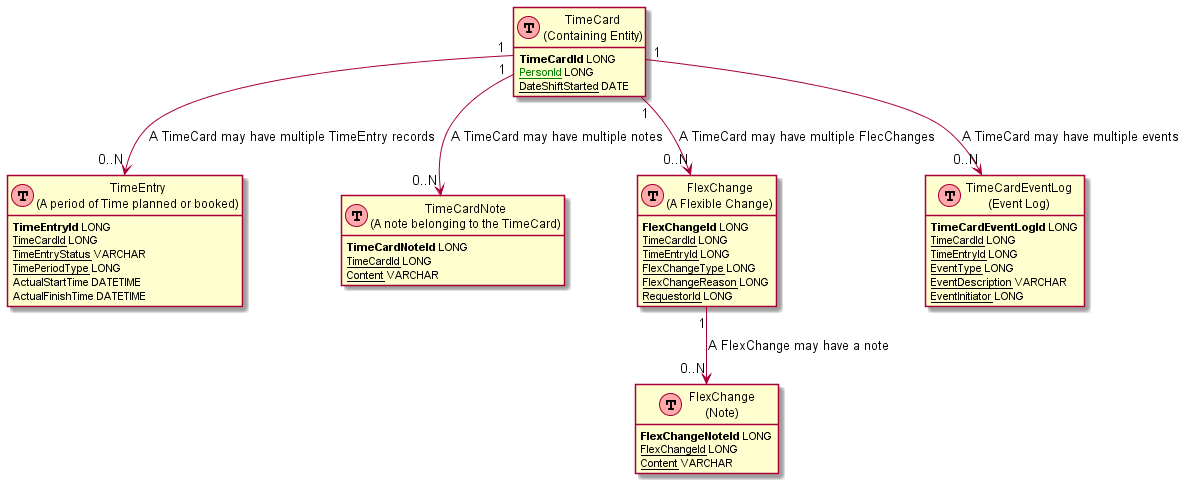
Above: docs/images/timecard-container-data-model.png in UKHomeOffice/callisto-timecard-restapi (PlantUML), before the change. Its diagram source:
```plantuml
@startuml
!define Table(name,desc) class name as "desc" << (T,#FFAAAA) >>
!define primary_key(x) <b>x</b>
!define unique(x) <color:green>x</color>
!define not_null(x) <u>x</u>
hide methods
hide stereotypes


Table(TimeCard, "TimeCard\n(Containing Entity)") {
primary_key(TimeCardId) LONG
not_null(unique(PersonId)) LONG
not_null(DateShiftStarted) DATE
not null(TimeCardStatus) VARCHAR
}

Table(TimeEntry, "TimeEntry\n(A period of Time planned or booked)") {
primary_key(TimeEntryId) LONG
not_null(TimeCardId) LONG
not_null(TimeEntryStatus) VARCHAR
not_null(TimePeriodType) LONG
ActualStartTime DATETIME
ActualFinishTime DATETIME
}

Table(TimeCardNote, "TimeCardNote\n(A note belonging to the TimeCard)") {
primary_key(TimeCardNoteId) LONG
not_null(TimeCardId) LONG
not_null(Content) VARCHAR
}

Table(FlexChange, "FlexChange\n(A Flexible Change)") {
primary_key(FlexChangeId) LONG
not_null(TimeCardId) LONG
not_null(TimeEntryId) LONG
not_null(FlexChangeType) LONG
not_null(FlexChangeReason) LONG
not_null(RequestorId) LONG
}

Table(FlexChangeNote, "FlexChange\n(Note)") {
primary_key(FlexChangeNoteId) LONG
not_null(FlexChangeId) LONG
not_null(Content) VARCHAR
}

Table(TimeCardEventLog, "TimeCardEventLog\n(Event Log)") {
primary_key(TimeCardEventLogId) LONG
not_null(TimeCardId) LONG
not_null(TimeEntryId) LONG
not_null(EventType) LONG
not_null(EventDescription) VARCHAR
not_null(EventInitiator) LONG
}

TimeCard   "1" --> "0..N" TimeEntry : A TimeCard may have multiple TimeEntry records
TimeCard   "1" --> "0..N" TimeCardNote : A TimeCard may have multiple notes
TimeCard   "1" --> "0..N" FlexChange   : A TimeCard may have multiple FlecChanges
TimeCard   "1" --> "0..N" TimeCardEventLog : A TimeCard may have multiple events
FlexChange "1" --> "0..N" FlexChangeNote   : A FlexChange may have a note
@enduml
```
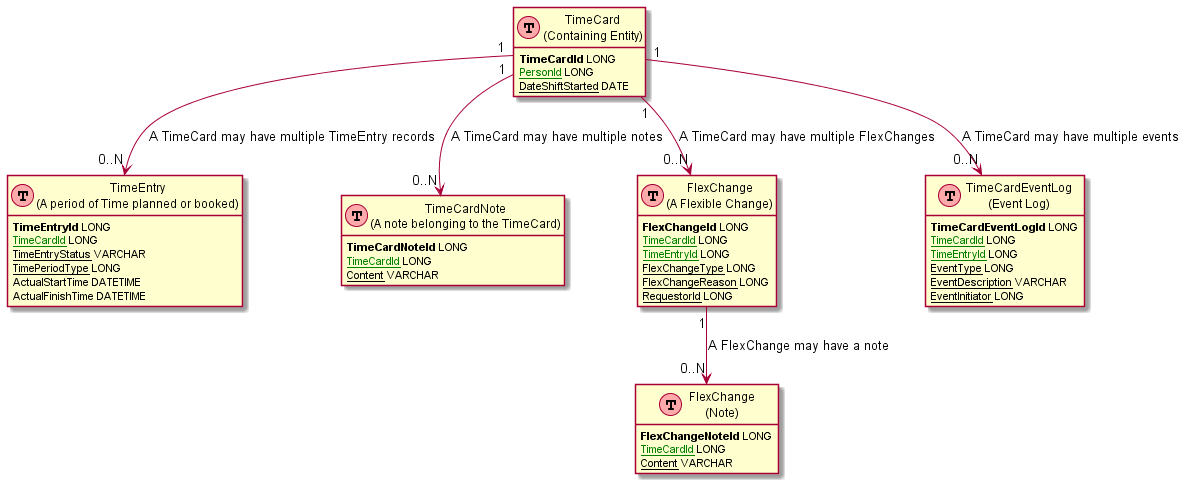
The same diagram one commit later.

What changed in the source:
```diff
@@ -16,7 +16,7 @@
 
 Table(TimeEntry, "TimeEntry\n(A period of Time planned or booked)") {
 primary_key(TimeEntryId) LONG
-not_null(TimeCardId) LONG
+not_null(unique(TimeCardId)) LONG
 not_null(TimeEntryStatus) VARCHAR
 not_null(TimePeriodType) LONG
 ActualStartTime DATETIME
@@ -25,14 +25,14 @@
 
 Table(TimeCardNote, "TimeCardNote\n(A note belonging to the TimeCard)") {
 primary_key(TimeCardNoteId) LONG
-not_null(TimeCardId) LONG
+not_null(unique(TimeCardId)) LONG
 not_null(Content) VARCHAR
 }
 
 Table(FlexChange, "FlexChange\n(A Flexible Change)") {
 primary_key(FlexChangeId) LONG
-not_null(TimeCardId) LONG
-not_null(TimeEntryId) LONG
+not_null(unique(TimeCardId)) LONG
+not_null(unique(TimeEntryId)) LONG
 not_null(FlexChangeType) LONG
 not_null(FlexChangeReason) LONG
 not_null(RequestorId) LONG
@@ -40,14 +40,14 @@
 
 Table(FlexChangeNote, "FlexChange\n(Note)") {
 primary_key(FlexChangeNoteId) LONG
-not_null(FlexChangeId) LONG
+not_null(unique(TimeCardId)) LONG
 not_null(Content) VARCHAR
 }
 
 Table(TimeCardEventLog, "TimeCardEventLog\n(Event Log)") {
 primary_key(TimeCardEventLogId) LONG
-not_null(TimeCardId) LONG
-not_null(TimeEntryId) LONG
+not_null(unique(TimeCardId)) LONG
+not_null(unique(TimeEntryId)) LONG
 not_null(EventType) LONG
 not_null(EventDescription) VARCHAR
 not_null(EventInitiator) LONG
@@ -55,7 +55,7 @@
 
 TimeCard   "1" --> "0..N" TimeEntry : A TimeCard may have multiple TimeEntry records
 TimeCard   "1" --> "0..N" TimeCardNote : A TimeCard may have multiple notes
-TimeCard   "1" --> "0..N" FlexChange   : A TimeCard may have multiple FlecChanges
+TimeCard   "1" --> "0..N" FlexChange   : A TimeCard may have multiple FlexChanges
 TimeCard   "1" --> "0..N" TimeCardEventLog : A TimeCard may have multiple events
 FlexChange "1" --> "0..N" FlexChangeNote   : A FlexChange may have a note
 @enduml
```
